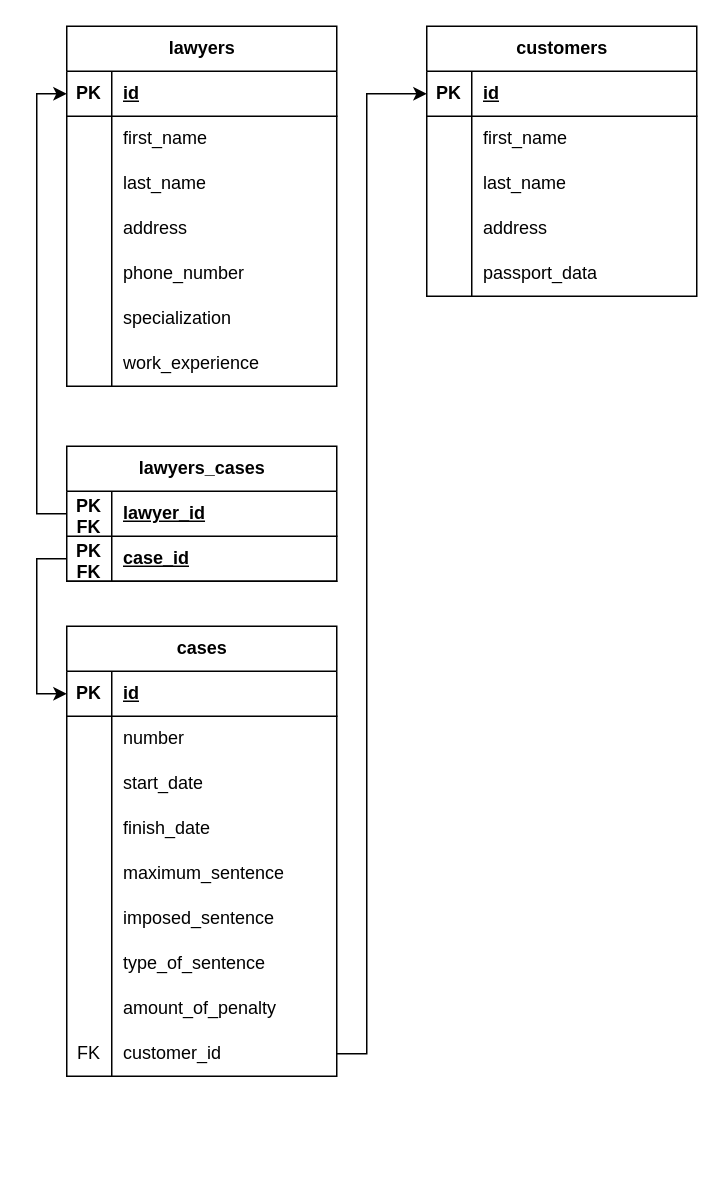
Above: lab-1/relation-model-law-firm.drawio in nenikitoc/database-institute (draw.io), before the change. Source tidied: cells renumbered, new cells numbered last; positions are measured from the earlier drawing's top-left corner, leaving out a move shared by most shapes. Both pictures are drawn from the tidied source at 150%, with x=0, y=0 at pixel (36, 26).
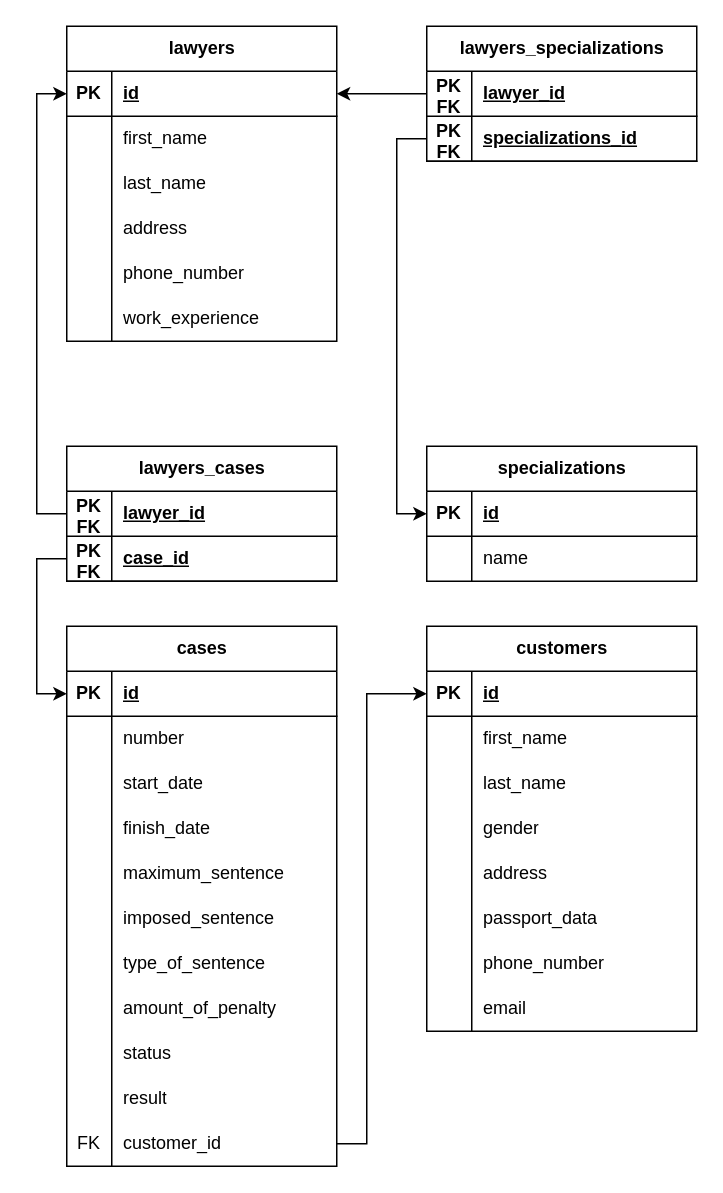
After the change.

The change refers to these unchanged cells:
```xml
<mxCell id="6" style="shape=tableRow;horizontal=0;startSize=0;swimlaneHead=0;swimlaneBody=0;fillColor=none;points=[[0,0.5],[1,0.5]];portConstraint=eastwest;top=0;left=0;right=0;bottom=1;" parent="5" vertex="1">
  <mxGeometry y="30" width="180" height="30" as="geometry" />
</mxCell>
<mxCell id="28" style="shape=tableRow;horizontal=0;startSize=0;swimlaneHead=0;swimlaneBody=0;fillColor=none;points=[[0,0.5],[1,0.5]];portConstraint=eastwest;top=0;left=0;right=0;bottom=1;" parent="27" vertex="1">
  <mxGeometry y="30" width="180" height="30" as="geometry" />
</mxCell>
```

What changed in the source:
```diff
@@
     <mxCell id="5" value="lawyers" style="shape=table;startSize=30;childLayout=tableLayout;rowLines=0;fontStyle=1;align=center;html=1;" parent="1" vertex="1">
-      <mxGeometry x="20" width="180" height="240" as="geometry" />
+      <mxGeometry x="20" width="180" height="210" as="geometry" />
     </mxCell>
@@
-    <mxCell id="21" style="shape=tableRow;horizontal=0;startSize=0;swimlaneHead=0;swimlaneBody=0;fillColor=none;top=0;left=0;right=0;bottom=0;" parent="5" vertex="1">
-      <mxGeometry y="180" width="180" height="30" as="geometry" />
-    </mxCell>
-    <mxCell id="22" style="shape=partialRectangle;fillColor=none;top=0;left=0;bottom=0;right=0;overflow=hidden;whiteSpace=wrap;html=1;" parent="21" vertex="1">
-      <mxGeometry width="30" height="30" as="geometry" />
-    </mxCell>
-    <mxCell id="23" value="specialization" style="shape=partialRectangle;fillColor=none;top=0;left=0;bottom=0;right=0;align=left;spacingLeft=6;overflow=hidden;whiteSpace=wrap;html=1;" parent="21" vertex="1">
-      <mxGeometry x="30" width="150" height="30" as="geometry" />
-    </mxCell>
     <mxCell id="24" style="shape=tableRow;horizontal=0;startSize=0;swimlaneHead=0;swimlaneBody=0;fillColor=none;top=0;left=0;right=0;bottom=0;" parent="5" vertex="1">
-      <mxGeometry y="210" width="180" height="30" as="geometry" />
+      <mxGeometry y="180" width="180" height="30" as="geometry" />
     </mxCell>
@@
     <mxCell id="27" value="customers" style="shape=table;startSize=30;childLayout=tableLayout;rowLines=0;fontStyle=1;align=center;html=1;" parent="1" vertex="1">
-      <mxGeometry x="260" width="180" height="180" as="geometry" />
+      <mxGeometry x="260" y="400" width="180" height="270" as="geometry" />
     </mxCell>
@@
+    <mxCell id="81" style="shape=tableRow;horizontal=0;startSize=0;swimlaneHead=0;swimlaneBody=0;fillColor=none;top=0;left=0;right=0;bottom=0;" parent="27" vertex="1">
+      <mxGeometry y="120" width="180" height="30" as="geometry" />
+    </mxCell>
+    <mxCell id="82" style="shape=partialRectangle;fillColor=none;top=0;left=0;bottom=0;right=0;overflow=hidden;whiteSpace=wrap;html=1;" parent="81" vertex="1">
+      <mxGeometry width="30" height="30" as="geometry" />
+    </mxCell>
+    <mxCell id="83" value="gender" style="shape=partialRectangle;fillColor=none;top=0;left=0;bottom=0;right=0;align=left;spacingLeft=6;overflow=hidden;whiteSpace=wrap;html=1;" parent="81" vertex="1">
+      <mxGeometry x="30" width="150" height="30" as="geometry" />
+    </mxCell>
     <mxCell id="37" style="shape=tableRow;horizontal=0;startSize=0;swimlaneHead=0;swimlaneBody=0;fillColor=none;top=0;left=0;right=0;bottom=0;" parent="27" vertex="1">
-      <mxGeometry y="120" width="180" height="30" as="geometry" />
+      <mxGeometry y="150" width="180" height="30" as="geometry" />
     </mxCell>
@@
     <mxCell id="40" style="shape=tableRow;horizontal=0;startSize=0;swimlaneHead=0;swimlaneBody=0;fillColor=none;top=0;left=0;right=0;bottom=0;" parent="27" vertex="1">
-      <mxGeometry y="150" width="180" height="30" as="geometry" />
+      <mxGeometry y="180" width="180" height="30" as="geometry" />
     </mxCell>
@@
+    <mxCell id="84" style="shape=tableRow;horizontal=0;startSize=0;swimlaneHead=0;swimlaneBody=0;fillColor=none;top=0;left=0;right=0;bottom=0;" parent="27" vertex="1">
+      <mxGeometry y="210" width="180" height="30" as="geometry" />
+    </mxCell>
+    <mxCell id="85" style="shape=partialRectangle;fillColor=none;top=0;left=0;bottom=0;right=0;overflow=hidden;whiteSpace=wrap;html=1;" parent="84" vertex="1">
+      <mxGeometry width="30" height="30" as="geometry" />
+    </mxCell>
+    <mxCell id="86" value="phone_number" style="shape=partialRectangle;fillColor=none;top=0;left=0;bottom=0;right=0;align=left;spacingLeft=6;overflow=hidden;whiteSpace=wrap;html=1;" parent="84" vertex="1">
+      <mxGeometry x="30" width="150" height="30" as="geometry" />
+    </mxCell>
+    <mxCell id="87" style="shape=tableRow;horizontal=0;startSize=0;swimlaneHead=0;swimlaneBody=0;fillColor=none;top=0;left=0;right=0;bottom=0;" parent="27" vertex="1">
+      <mxGeometry y="240" width="180" height="30" as="geometry" />
+    </mxCell>
+    <mxCell id="88" style="shape=partialRectangle;fillColor=none;top=0;left=0;bottom=0;right=0;overflow=hidden;whiteSpace=wrap;html=1;" parent="87" vertex="1">
+      <mxGeometry width="30" height="30" as="geometry" />
+    </mxCell>
+    <mxCell id="89" value="email" style="shape=partialRectangle;fillColor=none;top=0;left=0;bottom=0;right=0;align=left;spacingLeft=6;overflow=hidden;whiteSpace=wrap;html=1;" parent="87" vertex="1">
+      <mxGeometry x="30" width="150" height="30" as="geometry" />
+    </mxCell>
     <mxCell id="43" value="cases" style="shape=table;startSize=30;childLayout=tableLayout;rowLines=0;fontStyle=1;align=center;html=1;" parent="1" vertex="1">
-      <mxGeometry x="20" y="400" width="180" height="300" as="geometry" />
+      <mxGeometry x="20" y="400" width="180" height="360" as="geometry" />
     </mxCell>
@@
+    <mxCell id="90" style="shape=tableRow;horizontal=0;startSize=0;swimlaneHead=0;swimlaneBody=0;fillColor=none;top=0;left=0;right=0;bottom=0;" parent="43" vertex="1">
+      <mxGeometry y="270" width="180" height="30" as="geometry" />
+    </mxCell>
+    <mxCell id="91" style="shape=partialRectangle;fillColor=none;top=0;left=0;bottom=0;right=0;overflow=hidden;whiteSpace=wrap;html=1;" parent="90" vertex="1">
+      <mxGeometry width="30" height="30" as="geometry" />
+    </mxCell>
+    <mxCell id="92" value="status" style="shape=partialRectangle;fillColor=none;top=0;left=0;bottom=0;right=0;align=left;spacingLeft=6;overflow=hidden;whiteSpace=wrap;html=1;" parent="90" vertex="1">
+      <mxGeometry x="30" width="150" height="30" as="geometry" />
+    </mxCell>
+    <mxCell id="93" style="shape=tableRow;horizontal=0;startSize=0;swimlaneHead=0;swimlaneBody=0;fillColor=none;top=0;left=0;right=0;bottom=0;" parent="43" vertex="1">
+      <mxGeometry y="300" width="180" height="30" as="geometry" />
+    </mxCell>
+    <mxCell id="94" style="shape=partialRectangle;fillColor=none;top=0;left=0;bottom=0;right=0;overflow=hidden;whiteSpace=wrap;html=1;" parent="93" vertex="1">
+      <mxGeometry width="30" height="30" as="geometry" />
+    </mxCell>
+    <mxCell id="95" value="result" style="shape=partialRectangle;fillColor=none;top=0;left=0;bottom=0;right=0;align=left;spacingLeft=6;overflow=hidden;whiteSpace=wrap;html=1;" parent="93" vertex="1">
+      <mxGeometry x="30" width="150" height="30" as="geometry" />
+    </mxCell>
     <mxCell id="68" style="shape=tableRow;horizontal=0;startSize=0;swimlaneHead=0;swimlaneBody=0;fillColor=none;points=[[0,0.5],[1,0.5]];portConstraint=eastwest;top=0;left=0;right=0;bottom=0;" parent="43" vertex="1">
-      <mxGeometry y="270" width="180" height="30" as="geometry" />
+      <mxGeometry y="330" width="180" height="30" as="geometry" />
     </mxCell>
@@
     <mxCell id="80" style="edgeStyle=orthogonalEdgeStyle;rounded=0;jettySize=auto;html=1;" parent="1" edge="1" source="68" target="28">
       <mxGeometry relative="1" as="geometry">
         <Array as="points">
-          <mxPoint x="220" y="685" />
-          <mxPoint x="220" y="45" />
+          <mxPoint x="220" y="745" />
+          <mxPoint x="220" y="445" />
         </Array>
       </mxGeometry>
     </mxCell>
+    <mxCell id="96" value="specializations" style="shape=table;startSize=30;childLayout=tableLayout;rowLines=0;fontStyle=1;align=center;html=1;" parent="1" vertex="1">
+      <mxGeometry x="260" y="280" width="180" height="90" as="geometry" />
+    </mxCell>
+    <mxCell id="97" style="shape=tableRow;horizontal=0;startSize=0;swimlaneHead=0;swimlaneBody=0;fillColor=none;points=[[0,0.5],[1,0.5]];portConstraint=eastwest;top=0;left=0;right=0;bottom=1;" parent="96" vertex="1">
+      <mxGeometry y="30" width="180" height="30" as="geometry" />
+    </mxCell>
+    <mxCell id="98" value="PK" style="shape=partialRectangle;fillColor=none;top=0;left=0;bottom=0;right=0;fontStyle=1;overflow=hidden;whiteSpace=wrap;html=1;" parent="97" vertex="1">
+      <mxGeometry width="30" height="30" as="geometry" />
+    </mxCell>
+    <mxCell id="99" value="id" style="shape=partialRectangle;fillColor=none;top=0;left=0;bottom=0;right=0;align=left;spacingLeft=6;fontStyle=5;overflow=hidden;whiteSpace=wrap;html=1;" parent="97" vertex="1">
+      <mxGeometry x="30" width="150" height="30" as="geometry" />
+    </mxCell>
+    <mxCell id="100" style="shape=tableRow;horizontal=0;startSize=0;swimlaneHead=0;swimlaneBody=0;fillColor=none;top=0;left=0;right=0;bottom=0;" parent="96" vertex="1">
+      <mxGeometry y="60" width="180" height="30" as="geometry" />
+    </mxCell>
+    <mxCell id="101" style="shape=partialRectangle;fillColor=none;top=0;left=0;bottom=0;right=0;overflow=hidden;whiteSpace=wrap;html=1;" parent="100" vertex="1">
+      <mxGeometry width="30" height="30" as="geometry" />
+    </mxCell>
+    <mxCell id="102" value="name" style="shape=partialRectangle;fillColor=none;top=0;left=0;bottom=0;right=0;align=left;spacingLeft=6;overflow=hidden;whiteSpace=wrap;html=1;" parent="100" vertex="1">
+      <mxGeometry x="30" width="150" height="30" as="geometry" />
+    </mxCell>
+    <mxCell id="103" value="lawyers_specializations" style="shape=table;startSize=30;childLayout=tableLayout;rowLines=0;fontStyle=1;align=center;html=1;" parent="1" vertex="1">
+      <mxGeometry x="260" width="180" height="90" as="geometry" />
+    </mxCell>
+    <mxCell id="104" style="shape=tableRow;horizontal=0;startSize=0;swimlaneHead=0;swimlaneBody=0;fillColor=none;points=[[0,0.5],[1,0.5]];portConstraint=eastwest;top=0;left=0;right=0;bottom=1;" parent="103" vertex="1">
+      <mxGeometry y="30" width="180" height="30" as="geometry" />
+    </mxCell>
+    <mxCell id="105" value="PK FK" style="shape=partialRectangle;fillColor=none;top=0;left=0;bottom=0;right=0;fontStyle=1;overflow=hidden;whiteSpace=wrap;html=1;" parent="104" vertex="1">
+      <mxGeometry width="30" height="30" as="geometry" />
+    </mxCell>
+    <mxCell id="106" value="lawyer_id" style="shape=partialRectangle;fillColor=none;top=0;left=0;bottom=0;right=0;align=left;spacingLeft=6;fontStyle=5;overflow=hidden;whiteSpace=wrap;html=1;" parent="104" vertex="1">
+      <mxGeometry x="30" width="150" height="30" as="geometry" />
+    </mxCell>
+    <mxCell id="107" style="shape=tableRow;horizontal=0;startSize=0;swimlaneHead=0;swimlaneBody=0;fillColor=none;points=[[0,0.5],[1,0.5]];portConstraint=eastwest;top=0;left=0;right=0;bottom=1;" parent="103" vertex="1">
+      <mxGeometry y="60" width="180" height="30" as="geometry" />
+    </mxCell>
+    <mxCell id="108" value="PK FK" style="shape=partialRectangle;fillColor=none;top=0;left=0;bottom=0;right=0;fontStyle=1;overflow=hidden;whiteSpace=wrap;html=1;" parent="107" vertex="1">
+      <mxGeometry width="30" height="30" as="geometry" />
+    </mxCell>
+    <mxCell id="109" value="specializations_id" style="shape=partialRectangle;fillColor=none;top=0;left=0;bottom=0;right=0;align=left;spacingLeft=6;fontStyle=5;overflow=hidden;whiteSpace=wrap;html=1;" parent="107" vertex="1">
+      <mxGeometry x="30" width="150" height="30" as="geometry" />
+    </mxCell>
+    <mxCell id="110" style="edgeStyle=orthogonalEdgeStyle;rounded=0;jettySize=auto;html=1;" parent="1" edge="1" source="107" target="97">
+      <mxGeometry relative="1" as="geometry">
+        <Array as="points">
+          <mxPoint x="240" y="75" />
+          <mxPoint x="240" y="325" />
+        </Array>
+      </mxGeometry>
+    </mxCell>
+    <mxCell id="111" style="edgeStyle=orthogonalEdgeStyle;rounded=0;jettySize=auto;html=1;" parent="1" edge="1" source="104" target="6">
+      <mxGeometry relative="1" as="geometry" />
+    </mxCell>
```
